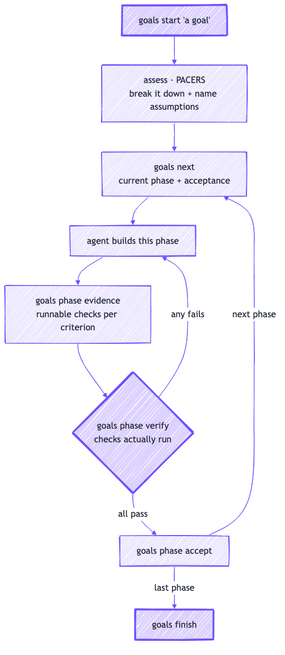
The Mermaid diagram docs/assets/lifecycle.png in ShivamGupta42/goals, before a commit. Its source is kept beside it as docs/assets/lifecycle.mmd.
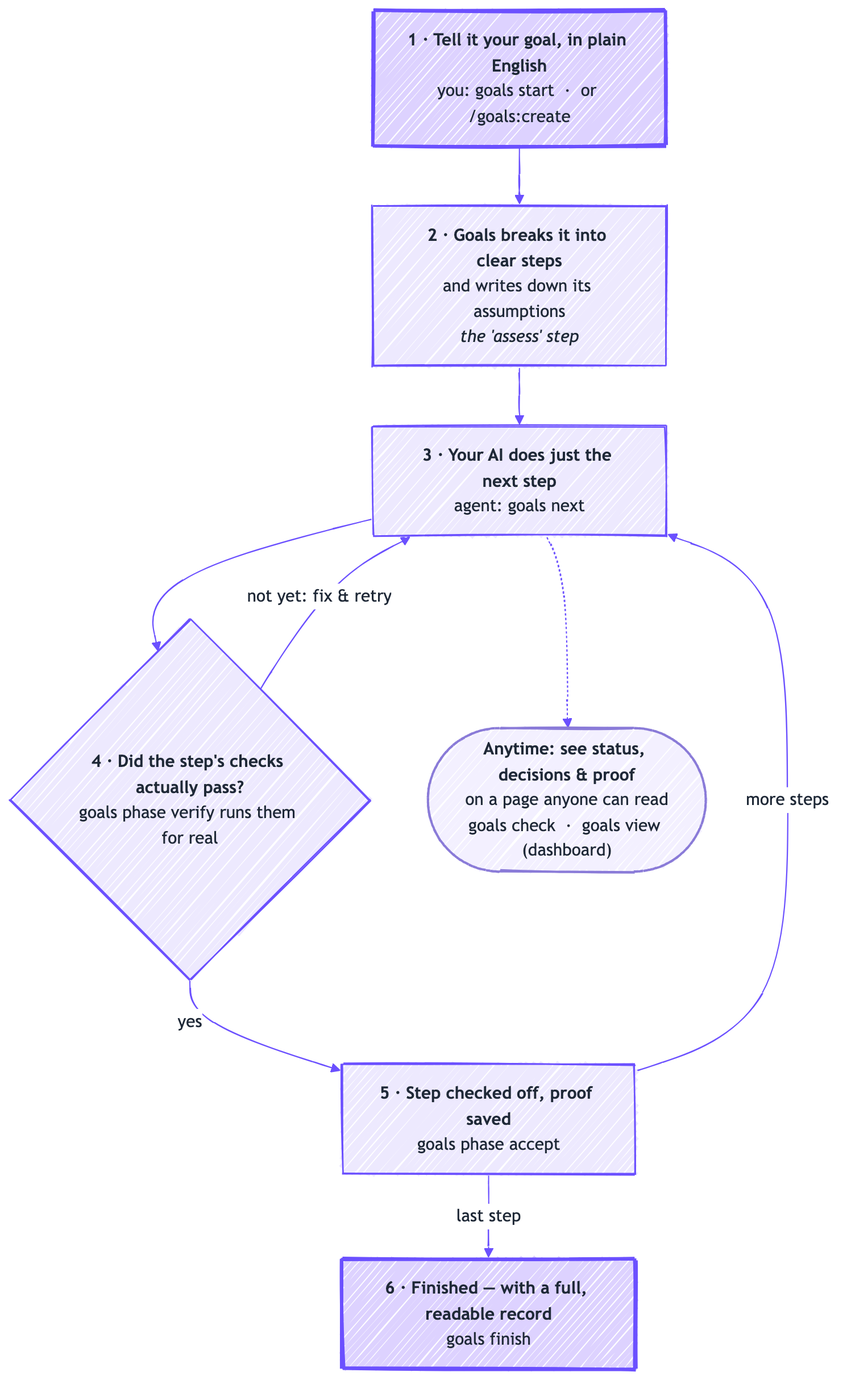
Later version of the same file.

Commit message:
docs: clearer how-it-works diagram + dashboard thumbnail

What changed in the source:
```diff
@@ -8,17 +8,25 @@
     primaryTextColor: "#1F2937"
     lineColor: "#6B50FF"
     edgeLabelBackground: "#ffffff"
-    fontSize: "16px"
+    fontSize: "15px"
 ---
 flowchart TD
-    A["goals start 'a goal'"] --> B["assess · PACERS<br/>break it down + name assumptions"]
-    B --> C["goals next<br/>current phase + acceptance"]
-    C --> D["agent builds this phase"]
-    D --> E["goals phase evidence<br/>runnable checks per criterion"]
-    E --> F{"goals phase verify<br/>checks actually run"}
-    F -- "any fails" --> D
-    F -- "all pass" --> G["goals phase accept"]
-    G -- "next phase" --> C
-    G -- "last phase" --> H["goals finish"]
-    classDef accent fill:#DDD2FF,stroke:#6B50FF,stroke-width:3px,color:#1F2937;
-    class A,F,H accent;
+    A["<b>1 · Tell it your goal, in plain English</b><br/>you: goals start  ·  or /goals:create"]
+    B["<b>2 · Goals breaks it into clear steps</b><br/>and writes down its assumptions<br/><i>the 'assess' step</i>"]
+    C["<b>3 · Your AI does just the next step</b><br/>agent: goals next"]
+    D{"<b>4 · Did the step's checks actually pass?</b><br/>goals phase verify runs them for real"}
+    E["<b>5 · Step checked off, proof saved</b><br/>goals phase accept"]
+    F["<b>6 · Finished — with a full, readable record</b><br/>goals finish"]
+    DASH(["<b>Anytime: see status, decisions &amp; proof</b><br/>on a page anyone can read<br/>goals check  ·  goals view (dashboard)"])
+
+    A --> B --> C --> D
+    D -- "not yet: fix &amp; retry" --> C
+    D -- "yes" --> E
+    E -- "more steps" --> C
+    E -- "last step" --> F
+    C -.-> DASH
+
+    classDef youstep fill:#DDD2FF,stroke:#6B50FF,stroke-width:3px,color:#1F2937;
+    classDef look fill:#F3F0FF,stroke:#8A7BD8,stroke-width:2px,color:#1F2937;
+    class A,F youstep;
+    class DASH look;
```
